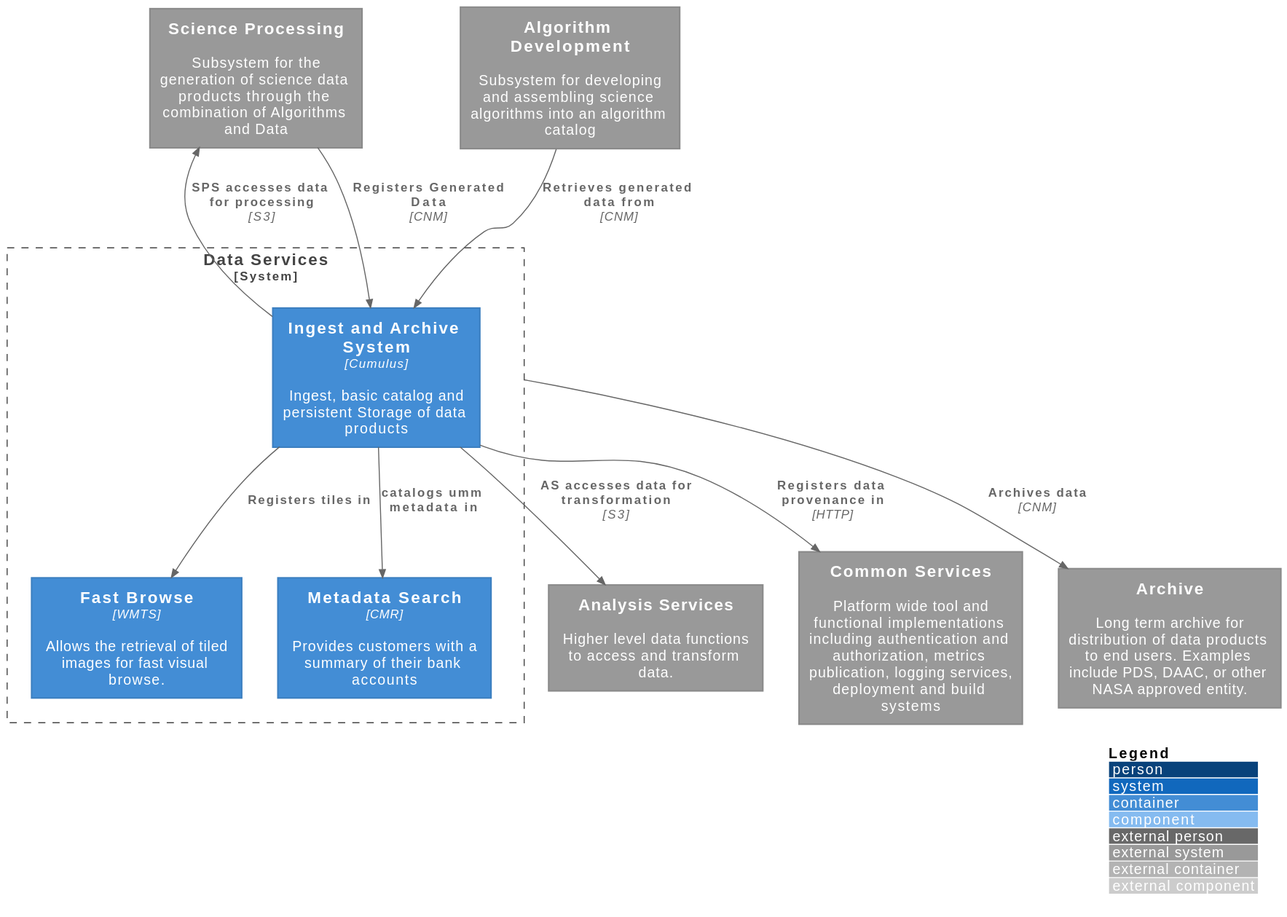
Above: docs/1. Unity Architecture/Data Services/system.svg in unity-sds/unity-architecture (PlantUML), before the change.
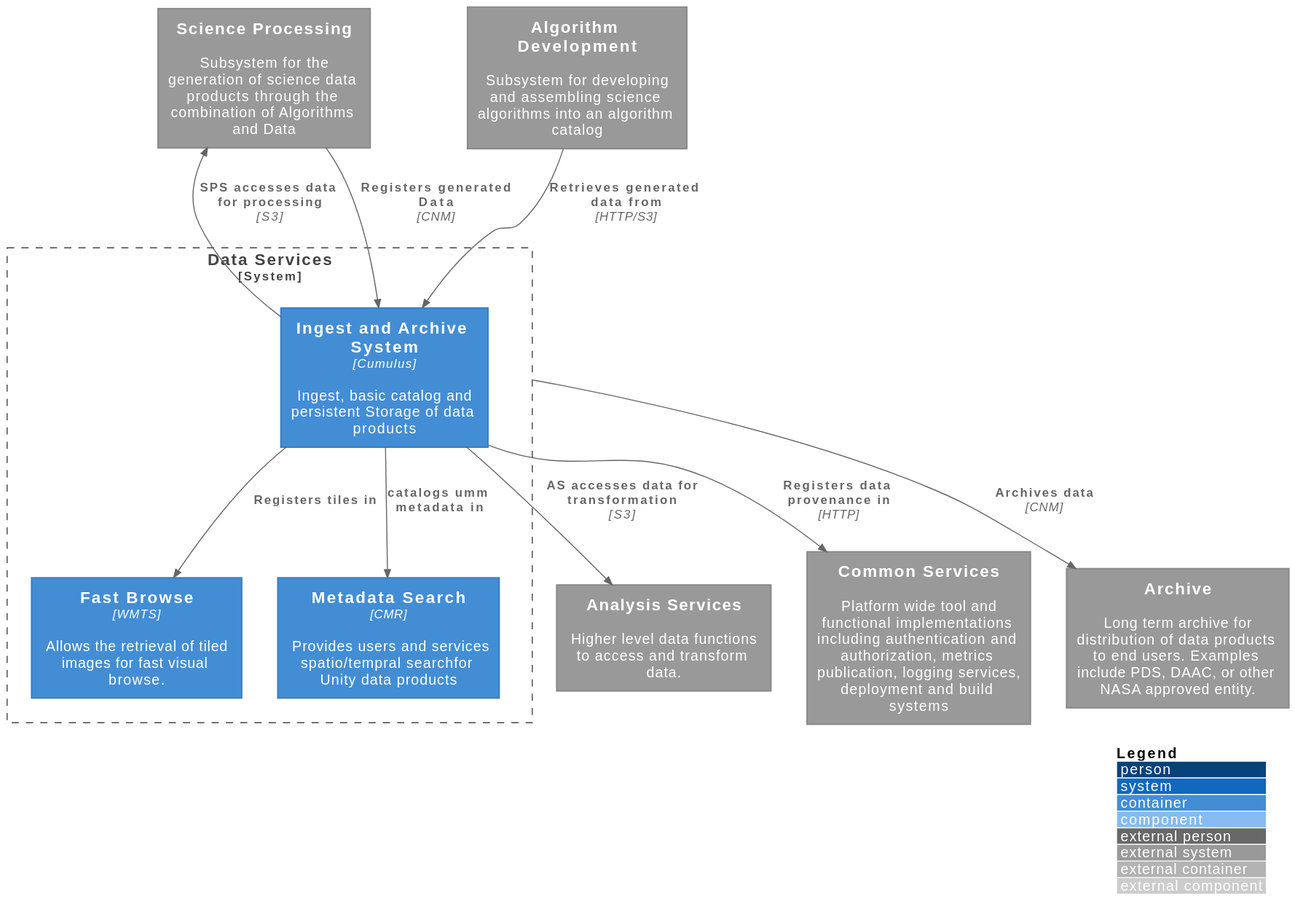
After the commit.

Change to the diagram source:
```diff
@@ -18,8 +18,9 @@
 
 
 System_Boundary(UDS, "Data Services") {
+
     Container(ds, "Ingest and Archive System", "Cumulus", "Ingest, basic catalog and persistent Storage of data products")
-    Container(cmr, "Metadata Search", "CMR", "Provides customers with a summary of their bank accounts")
+    Container(cmr, "Metadata Search", "CMR", "Provides users and services spatio/tempral searchfor Unity data products")
     Container(fb, "Fast Browse", "WMTS", "Allows the retrieval of tiled images for fast visual browse.")
 
     Rel(ds, cmr, "catalogs umm metadata in")
@@ -29,8 +30,8 @@
 Rel(ds, sps, "SPS accesses data for processing", "S3")
 Rel(ds, as, "AS accesses data for transformation", "S3")
 
-Rel(sps, ds, "Registers Generated Data", "CNM")
-Rel(ads, ds, "Retrieves generated data from", "CNM")
+Rel(sps, ds, "Registers generated Data", "CNM")
+Rel(ads, ds, "Retrieves generated data from", "HTTP/S3")
 Rel(ds, cs, "Registers data provenance in", "HTTP")
 Rel(UDS, archive, "Archives data", "CNM")
 
```
